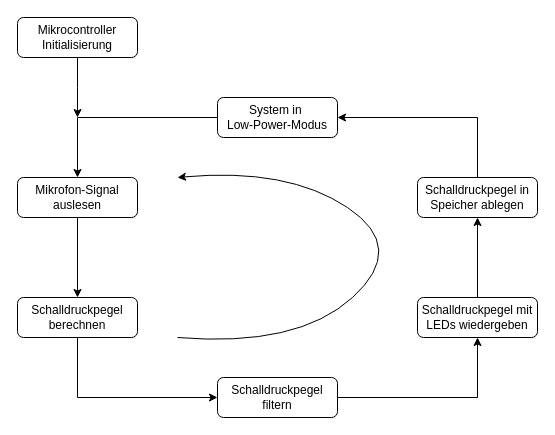
Earlier version of the draw.io diagram Dokumentation/images/BAT_Konzept_Softwareablauf.drawio (Froster2406/BAT2024). Source tidied: cells renumbered, new cells numbered last; positions are measured from the earlier drawing's top-left corner, leaving out a move shared by most shapes. Both pictures are drawn from the tidied source at 100%, with x=0, y=0 at pixel (17, 17).
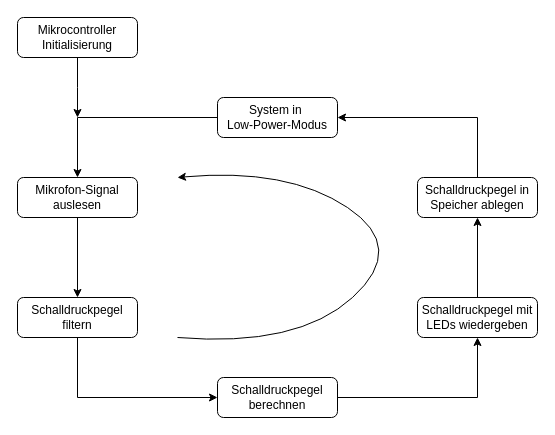
The same page after the edit.

Diff of the diagram source:
```diff
@@
-    <mxCell id="7" value="Schalldruckpegel berechnen" style="rounded=1;whiteSpace=wrap;html=1;" parent="1" vertex="1">
+    <mxCell id="7" value="&lt;span style=&quot;&quot;&gt;Schalldruckpegel filtern&lt;/span&gt;" style="rounded=1;whiteSpace=wrap;html=1;" parent="1" vertex="1">
       <mxGeometry y="280" width="120" height="40" as="geometry" />
     </mxCell>
@@
-    <mxCell id="13" value="Schalldruckpegel filtern" style="rounded=1;whiteSpace=wrap;html=1;" parent="1" vertex="1">
+    <mxCell id="13" value="Schalldruckpegel berechnen" style="rounded=1;whiteSpace=wrap;html=1;" parent="1" vertex="1">
       <mxGeometry x="200" y="360" width="120" height="40" as="geometry" />
     </mxCell>
```
